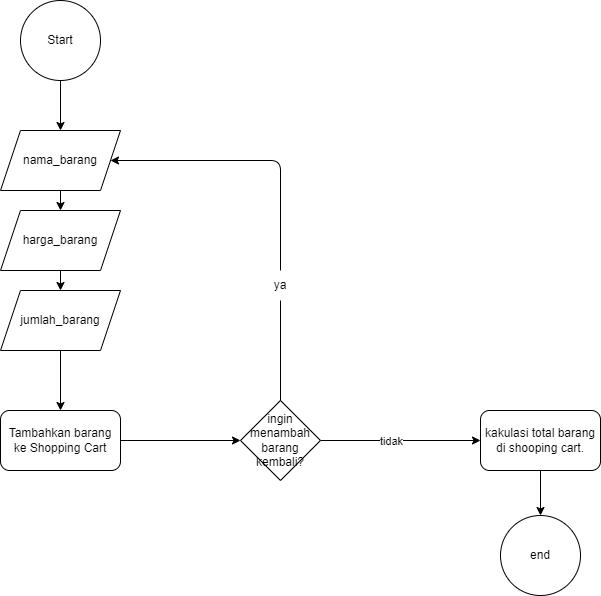
nerocldproject/se-final-project-shopping-cart keeps this draw.io diagram as flowchart.drawio.png. Above is the earlier version. Source tidied: cells renumbered, new cells last; positions are measured from the earlier drawing's top-left corner, leaving out a move shared by most shapes.
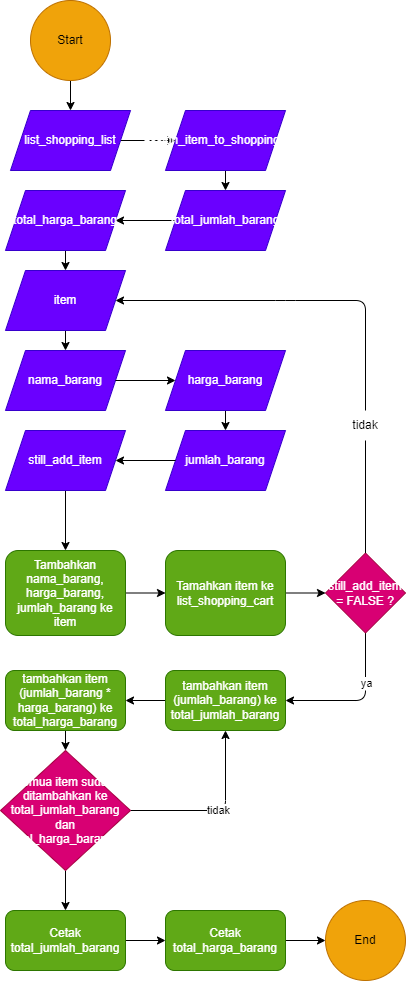
After the change.

Commit message:
feat: add some symbols to flowchart

Diff of the diagram source:
```diff
@@ -2,68 +2,146 @@
   <root>
     <mxCell id="0" />
     <mxCell id="1" parent="0" />
-    <mxCell id="2" style="edgeStyle=none;html=1;entryX=0.5;entryY=0;entryDx=0;entryDy=0;" parent="1" edge="1" source="3" target="4">
-      <mxGeometry relative="1" as="geometry" />
-    </mxCell>
+    <mxCell id="21" style="edgeStyle=none;html=1;exitX=0.5;exitY=1;exitDx=0;exitDy=0;" parent="1" edge="1" source="3" target="24">
+      <mxGeometry relative="1" as="geometry" />
+    </mxCell>
-    <mxCell id="3" value="Start" style="ellipse;whiteSpace=wrap;html=1;" parent="1" vertex="1">
-      <mxGeometry x="20" width="80" height="80" as="geometry" />
+    <mxCell id="3" value="Start" style="ellipse;whiteSpace=wrap;html=1;fillColor=#f0a30a;fontColor=#000000;strokeColor=#BD7000;" parent="1" vertex="1">
+      <mxGeometry x="30" y="-70" width="80" height="80" as="geometry" />
     </mxCell>
-    <mxCell id="4" value="nama_barang" style="shape=parallelogram;perimeter=parallelogramPerimeter;whiteSpace=wrap;html=1;fixedSize=1;" parent="1" vertex="1">
-      <mxGeometry y="130" width="120" height="60" as="geometry" />
+    <mxCell id="4" value="nama_barang" style="shape=parallelogram;perimeter=parallelogramPerimeter;whiteSpace=wrap;html=1;fixedSize=1;fillColor=#6a00ff;fontColor=#ffffff;strokeColor=#3700CC;" parent="1" vertex="1">
+      <mxGeometry x="5" y="280" width="120" height="60" as="geometry" />
     </mxCell>
     <mxCell id="5" style="edgeStyle=none;html=1;entryX=0.5;entryY=0;entryDx=0;entryDy=0;" parent="1" edge="1" source="6" target="8">
       <mxGeometry relative="1" as="geometry" />
     </mxCell>
-    <mxCell id="6" value="harga_barang" style="shape=parallelogram;perimeter=parallelogramPerimeter;whiteSpace=wrap;html=1;fixedSize=1;" parent="1" vertex="1">
-      <mxGeometry y="210" width="120" height="60" as="geometry" />
+    <mxCell id="6" value="harga_barang" style="shape=parallelogram;perimeter=parallelogramPerimeter;whiteSpace=wrap;html=1;fixedSize=1;fillColor=#6a00ff;fontColor=#ffffff;strokeColor=#3700CC;" parent="1" vertex="1">
+      <mxGeometry x="165" y="280" width="120" height="60" as="geometry" />
     </mxCell>
-    <mxCell id="7" style="endArrow=classic;html=1;exitX=0.5;exitY=1;exitDx=0;exitDy=0;entryX=0.5;entryY=0;entryDx=0;entryDy=0;" parent="1" edge="1" source="4" target="6">
+    <mxCell id="7" style="endArrow=classic;html=1;exitX=1;exitY=0.5;exitDx=0;exitDy=0;entryX=0;entryY=0.5;entryDx=0;entryDy=0;" parent="1" edge="1" source="4" target="6">
       <mxGeometry relative="1" as="geometry" />
     </mxCell>
-    <mxCell id="8" value="jumlah_barang" style="shape=parallelogram;perimeter=parallelogramPerimeter;whiteSpace=wrap;html=1;fixedSize=1;" parent="1" vertex="1">
-      <mxGeometry y="290" width="120" height="60" as="geometry" />
+    <mxCell id="8" value="jumlah_barang" style="shape=parallelogram;perimeter=parallelogramPerimeter;whiteSpace=wrap;html=1;fixedSize=1;fillColor=#6a00ff;fontColor=#ffffff;strokeColor=#3700CC;" parent="1" vertex="1">
+      <mxGeometry x="165" y="360" width="120" height="60" as="geometry" />
     </mxCell>
-    <mxCell id="9" style="edgeStyle=none;html=1;exitX=0.5;exitY=1;exitDx=0;exitDy=0;entryX=0.5;entryY=0;entryDx=0;entryDy=0;" parent="1" edge="1" source="8" target="15">
+    <mxCell id="9" style="edgeStyle=none;html=1;exitX=0;exitY=0.5;exitDx=0;exitDy=0;entryX=1;entryY=0.5;entryDx=0;entryDy=0;" parent="1" edge="1" source="8" target="34">
       <mxGeometry relative="1" as="geometry" />
     </mxCell>
-    <mxCell id="10" style="edgeStyle=none;html=1;entryX=1;entryY=0.5;entryDx=0;entryDy=0;startArrow=none;" parent="1" edge="1" source="16" target="4">
+    <mxCell id="10" style="edgeStyle=none;html=1;startArrow=none;entryX=1;entryY=0.5;entryDx=0;entryDy=0;" parent="1" edge="1" source="16" target="32">
       <mxGeometry relative="1" as="geometry">
         <Array as="points">
-          <mxPoint x="280" y="160" />
+          <mxPoint x="365" y="230" />
+          <mxPoint x="285" y="230" />
         </Array>
       </mxGeometry>
     </mxCell>
-    <mxCell id="11" style="edgeStyle=none;html=1;exitX=1;exitY=0.5;exitDx=0;exitDy=0;entryX=0;entryY=0.5;entryDx=0;entryDy=0;" parent="1" edge="1" source="13" target="19">
-      <mxGeometry relative="1" as="geometry" />
+    <mxCell id="11" style="edgeStyle=none;html=1;exitX=0.5;exitY=1;exitDx=0;exitDy=0;entryX=1;entryY=0.5;entryDx=0;entryDy=0;" parent="1" edge="1" source="13" target="19">
+      <mxGeometry relative="1" as="geometry">
+        <Array as="points">
+          <mxPoint x="365" y="630" />
+        </Array>
+      </mxGeometry>
     </mxCell>
-    <mxCell id="12" value="tidak" style="edgeLabel;html=1;align=center;verticalAlign=middle;" parent="11" vertex="1">
+    <mxCell id="12" value="ya" style="edgeLabel;html=1;align=center;verticalAlign=middle;" parent="11" vertex="1">
       <mxGeometry x="-0.3" y="-2" relative="1" as="geometry">
-        <mxPoint x="14" y="-2" as="offset" />
+        <mxPoint x="2" y="-2" as="offset" />
       </mxGeometry>
     </mxCell>
-    <mxCell id="13" value="ingin menambah barang kembali?" style="rhombus;whiteSpace=wrap;html=1;" parent="1" vertex="1">
-      <mxGeometry x="240" y="400" width="80" height="80" as="geometry" />
+    <mxCell id="13" value="still_add_item = FALSE ?" style="rhombus;whiteSpace=wrap;html=1;fillColor=#d80073;fontColor=#ffffff;strokeColor=#A50040;" parent="1" vertex="1">
+      <mxGeometry x="325" y="482.5" width="80" height="80" as="geometry" />
     </mxCell>
-    <mxCell id="14" style="edgeStyle=none;html=1;exitX=1;exitY=0.5;exitDx=0;exitDy=0;entryX=0;entryY=0.5;entryDx=0;entryDy=0;" parent="1" edge="1" source="15" target="13">
+    <mxCell id="14" style="edgeStyle=none;html=1;exitX=1;exitY=0.5;exitDx=0;exitDy=0;entryX=0;entryY=0.5;entryDx=0;entryDy=0;" parent="1" edge="1" source="15" target="36">
       <mxGeometry relative="1" as="geometry" />
     </mxCell>
-    <mxCell id="15" value="Tambahkan barang ke Shopping Cart" style="rounded=1;whiteSpace=wrap;html=1;" parent="1" vertex="1">
-      <mxGeometry y="410" width="120" height="60" as="geometry" />
+    <mxCell id="15" value="Tambahkan nama_barang, harga_barang, jumlah_barang ke item" style="rounded=1;whiteSpace=wrap;html=1;fillColor=#60a917;fontColor=#ffffff;strokeColor=#2D7600;" parent="1" vertex="1">
+      <mxGeometry x="5" y="480" width="120" height="85" as="geometry" />
     </mxCell>
-    <mxCell id="16" value="ya" style="text;html=1;strokeColor=none;fillColor=none;align=center;verticalAlign=middle;whiteSpace=wrap;rounded=0;" parent="1" vertex="1">
-      <mxGeometry x="250" y="270" width="60" height="30" as="geometry" />
+    <mxCell id="16" value="tidak" style="text;html=1;strokeColor=none;fillColor=none;align=center;verticalAlign=middle;whiteSpace=wrap;rounded=0;" parent="1" vertex="1">
+      <mxGeometry x="335" y="340" width="60" height="30" as="geometry" />
     </mxCell>
-    <mxCell id="17" style="edgeStyle=none;html=1;entryX=0.5;entryY=1;entryDx=0;entryDy=0;endArrow=none;" parent="1" edge="1" source="13" target="16">
+    <mxCell id="17" style="edgeStyle=none;html=1;entryX=0.5;entryY=1;entryDx=0;entryDy=0;endArrow=none;exitX=0.5;exitY=0;exitDx=0;exitDy=0;" parent="1" edge="1" source="13" target="16">
       <mxGeometry relative="1" as="geometry" />
     </mxCell>
-    <mxCell id="18" style="edgeStyle=none;html=1;" parent="1" edge="1" source="19" target="20">
-      <mxGeometry relative="1" as="geometry" />
-    </mxCell>
+    <mxCell id="22" style="edgeStyle=none;html=1;entryX=1;entryY=0.5;entryDx=0;entryDy=0;" parent="1" edge="1" source="19" target="38">
+      <mxGeometry relative="1" as="geometry" />
+    </mxCell>
-    <mxCell id="19" value="kakulasi total barang di shooping cart." style="rounded=1;whiteSpace=wrap;html=1;" parent="1" vertex="1">
-      <mxGeometry x="480" y="410" width="120" height="60" as="geometry" />
+    <mxCell id="19" value="tambahkan item (jumlah_barang) ke total_jumlah_barang" style="rounded=1;whiteSpace=wrap;html=1;fillColor=#60a917;fontColor=#ffffff;strokeColor=#2D7600;" parent="1" vertex="1">
+      <mxGeometry x="165" y="600" width="120" height="60" as="geometry" />
     </mxCell>
-    <mxCell id="20" value="end" style="ellipse;whiteSpace=wrap;html=1;" parent="1" vertex="1">
-      <mxGeometry x="500" y="515" width="80" height="80" as="geometry" />
-    </mxCell>
+    <mxCell id="23" style="edgeStyle=none;html=1;exitX=1;exitY=0.5;exitDx=0;exitDy=0;entryX=0;entryY=0.5;entryDx=0;entryDy=0;" parent="1" edge="1" source="24" target="26">
+      <mxGeometry relative="1" as="geometry" />
+    </mxCell>
+    <mxCell id="24" value="list_shopping_list" style="shape=parallelogram;perimeter=parallelogramPerimeter;whiteSpace=wrap;html=1;fixedSize=1;fillColor=#6a00ff;fontColor=#ffffff;strokeColor=#3700CC;" parent="1" vertex="1">
+      <mxGeometry x="10" y="40" width="120" height="60" as="geometry" />
+    </mxCell>
+    <mxCell id="25" style="edgeStyle=none;html=1;entryX=0.5;entryY=0;entryDx=0;entryDy=0;" parent="1" edge="1" source="26" target="28">
+      <mxGeometry relative="1" as="geometry" />
+    </mxCell>
+    <mxCell id="26" value="assign_item_to_shopping_cart" style="shape=parallelogram;perimeter=parallelogramPerimeter;whiteSpace=wrap;html=1;fixedSize=1;fillColor=#6a00ff;fontColor=#ffffff;strokeColor=#3700CC;" parent="1" vertex="1">
+      <mxGeometry x="165" y="40" width="120" height="60" as="geometry" />
+    </mxCell>
+    <mxCell id="27" style="edgeStyle=none;html=1;exitX=0;exitY=0.5;exitDx=0;exitDy=0;" parent="1" edge="1" source="28" target="30">
+      <mxGeometry relative="1" as="geometry" />
+    </mxCell>
+    <mxCell id="28" value="total_jumlah_barang" style="shape=parallelogram;perimeter=parallelogramPerimeter;whiteSpace=wrap;html=1;fixedSize=1;fillColor=#6a00ff;fontColor=#ffffff;strokeColor=#3700CC;" parent="1" vertex="1">
+      <mxGeometry x="165" y="120" width="120" height="60" as="geometry" />
+    </mxCell>
+    <mxCell id="29" style="edgeStyle=none;html=1;entryX=0.5;entryY=0;entryDx=0;entryDy=0;" parent="1" edge="1" source="30" target="32">
+      <mxGeometry relative="1" as="geometry" />
+    </mxCell>
+    <mxCell id="30" value="total_harga_barang" style="shape=parallelogram;perimeter=parallelogramPerimeter;whiteSpace=wrap;html=1;fixedSize=1;fillColor=#6a00ff;fontColor=#ffffff;strokeColor=#3700CC;" parent="1" vertex="1">
+      <mxGeometry x="5" y="120" width="120" height="60" as="geometry" />
+    </mxCell>
+    <mxCell id="31" style="edgeStyle=none;html=1;entryX=0.5;entryY=0;entryDx=0;entryDy=0;" parent="1" edge="1" source="32" target="4">
+      <mxGeometry relative="1" as="geometry" />
+    </mxCell>
+    <mxCell id="32" value="item" style="shape=parallelogram;perimeter=parallelogramPerimeter;whiteSpace=wrap;html=1;fixedSize=1;fillColor=#6a00ff;fontColor=#ffffff;strokeColor=#3700CC;" parent="1" vertex="1">
+      <mxGeometry x="5" y="200" width="120" height="60" as="geometry" />
+    </mxCell>
+    <mxCell id="33" style="edgeStyle=none;html=1;exitX=0.5;exitY=1;exitDx=0;exitDy=0;entryX=0.5;entryY=0;entryDx=0;entryDy=0;" parent="1" edge="1" source="34" target="15">
+      <mxGeometry relative="1" as="geometry" />
+    </mxCell>
+    <mxCell id="34" value="still_add_item" style="shape=parallelogram;perimeter=parallelogramPerimeter;whiteSpace=wrap;html=1;fixedSize=1;fillColor=#6a00ff;fontColor=#ffffff;strokeColor=#3700CC;" parent="1" vertex="1">
+      <mxGeometry x="5" y="360" width="120" height="60" as="geometry" />
+    </mxCell>
+    <mxCell id="35" style="edgeStyle=none;html=1;exitX=1;exitY=0.5;exitDx=0;exitDy=0;" parent="1" edge="1" source="36" target="13">
+      <mxGeometry relative="1" as="geometry" />
+    </mxCell>
+    <mxCell id="36" value="Tamahkan item ke list_shopping_cart" style="rounded=1;whiteSpace=wrap;html=1;fillColor=#60a917;fontColor=#ffffff;strokeColor=#2D7600;" parent="1" vertex="1">
+      <mxGeometry x="165" y="480" width="120" height="85" as="geometry" />
+    </mxCell>
+    <mxCell id="37" style="edgeStyle=none;html=1;entryX=0.5;entryY=0;entryDx=0;entryDy=0;" parent="1" edge="1" source="38" target="41">
+      <mxGeometry relative="1" as="geometry" />
+    </mxCell>
+    <mxCell id="38" value="tambahkan item (jumlah_barang * harga_barang) ke total_harga_barang" style="rounded=1;whiteSpace=wrap;html=1;fillColor=#60a917;fontColor=#ffffff;strokeColor=#2D7600;" parent="1" vertex="1">
+      <mxGeometry x="5" y="600" width="120" height="60" as="geometry" />
+    </mxCell>
+    <mxCell id="39" value="tidak" style="edgeStyle=none;html=1;entryX=0.5;entryY=1;entryDx=0;entryDy=0;exitX=1;exitY=0.5;exitDx=0;exitDy=0;" parent="1" edge="1" source="41" target="19">
+      <mxGeometry relative="1" as="geometry">
+        <Array as="points">
+          <mxPoint x="225" y="740" />
+        </Array>
+      </mxGeometry>
+    </mxCell>
+    <mxCell id="40" style="edgeStyle=none;html=1;entryX=0.5;entryY=0;entryDx=0;entryDy=0;" parent="1" edge="1" source="41" target="43">
+      <mxGeometry relative="1" as="geometry" />
+    </mxCell>
+    <mxCell id="41" value="semua item sudah ditambahkan ke total_jumlah_barang dan total_harga_barang?" style="rhombus;whiteSpace=wrap;html=1;fillColor=#d80073;fontColor=#ffffff;strokeColor=#A50040;" parent="1" vertex="1">
+      <mxGeometry y="680" width="130" height="120" as="geometry" />
+    </mxCell>
+    <mxCell id="42" style="edgeStyle=none;html=1;entryX=0;entryY=0.5;entryDx=0;entryDy=0;" parent="1" edge="1" source="43" target="45">
+      <mxGeometry relative="1" as="geometry" />
+    </mxCell>
+    <mxCell id="43" value="Cetak total_jumlah_barang" style="rounded=1;whiteSpace=wrap;html=1;fillColor=#60a917;fontColor=#ffffff;strokeColor=#2D7600;" parent="1" vertex="1">
+      <mxGeometry x="5" y="840" width="120" height="60" as="geometry" />
+    </mxCell>
+    <mxCell id="44" style="edgeStyle=none;html=1;" parent="1" edge="1" source="45" target="46">
+      <mxGeometry relative="1" as="geometry" />
+    </mxCell>
+    <mxCell id="45" value="Cetak total_harga_barang" style="rounded=1;whiteSpace=wrap;html=1;fillColor=#60a917;fontColor=#ffffff;strokeColor=#2D7600;" parent="1" vertex="1">
+      <mxGeometry x="165" y="840" width="120" height="60" as="geometry" />
+    </mxCell>
+    <mxCell id="46" value="End" style="ellipse;whiteSpace=wrap;html=1;fillColor=#f0a30a;fontColor=#000000;strokeColor=#BD7000;" parent="1" vertex="1">
+      <mxGeometry x="325" y="830" width="80" height="80" as="geometry" />
+    </mxCell>
   </root>
 </mxGraphModel>
```
